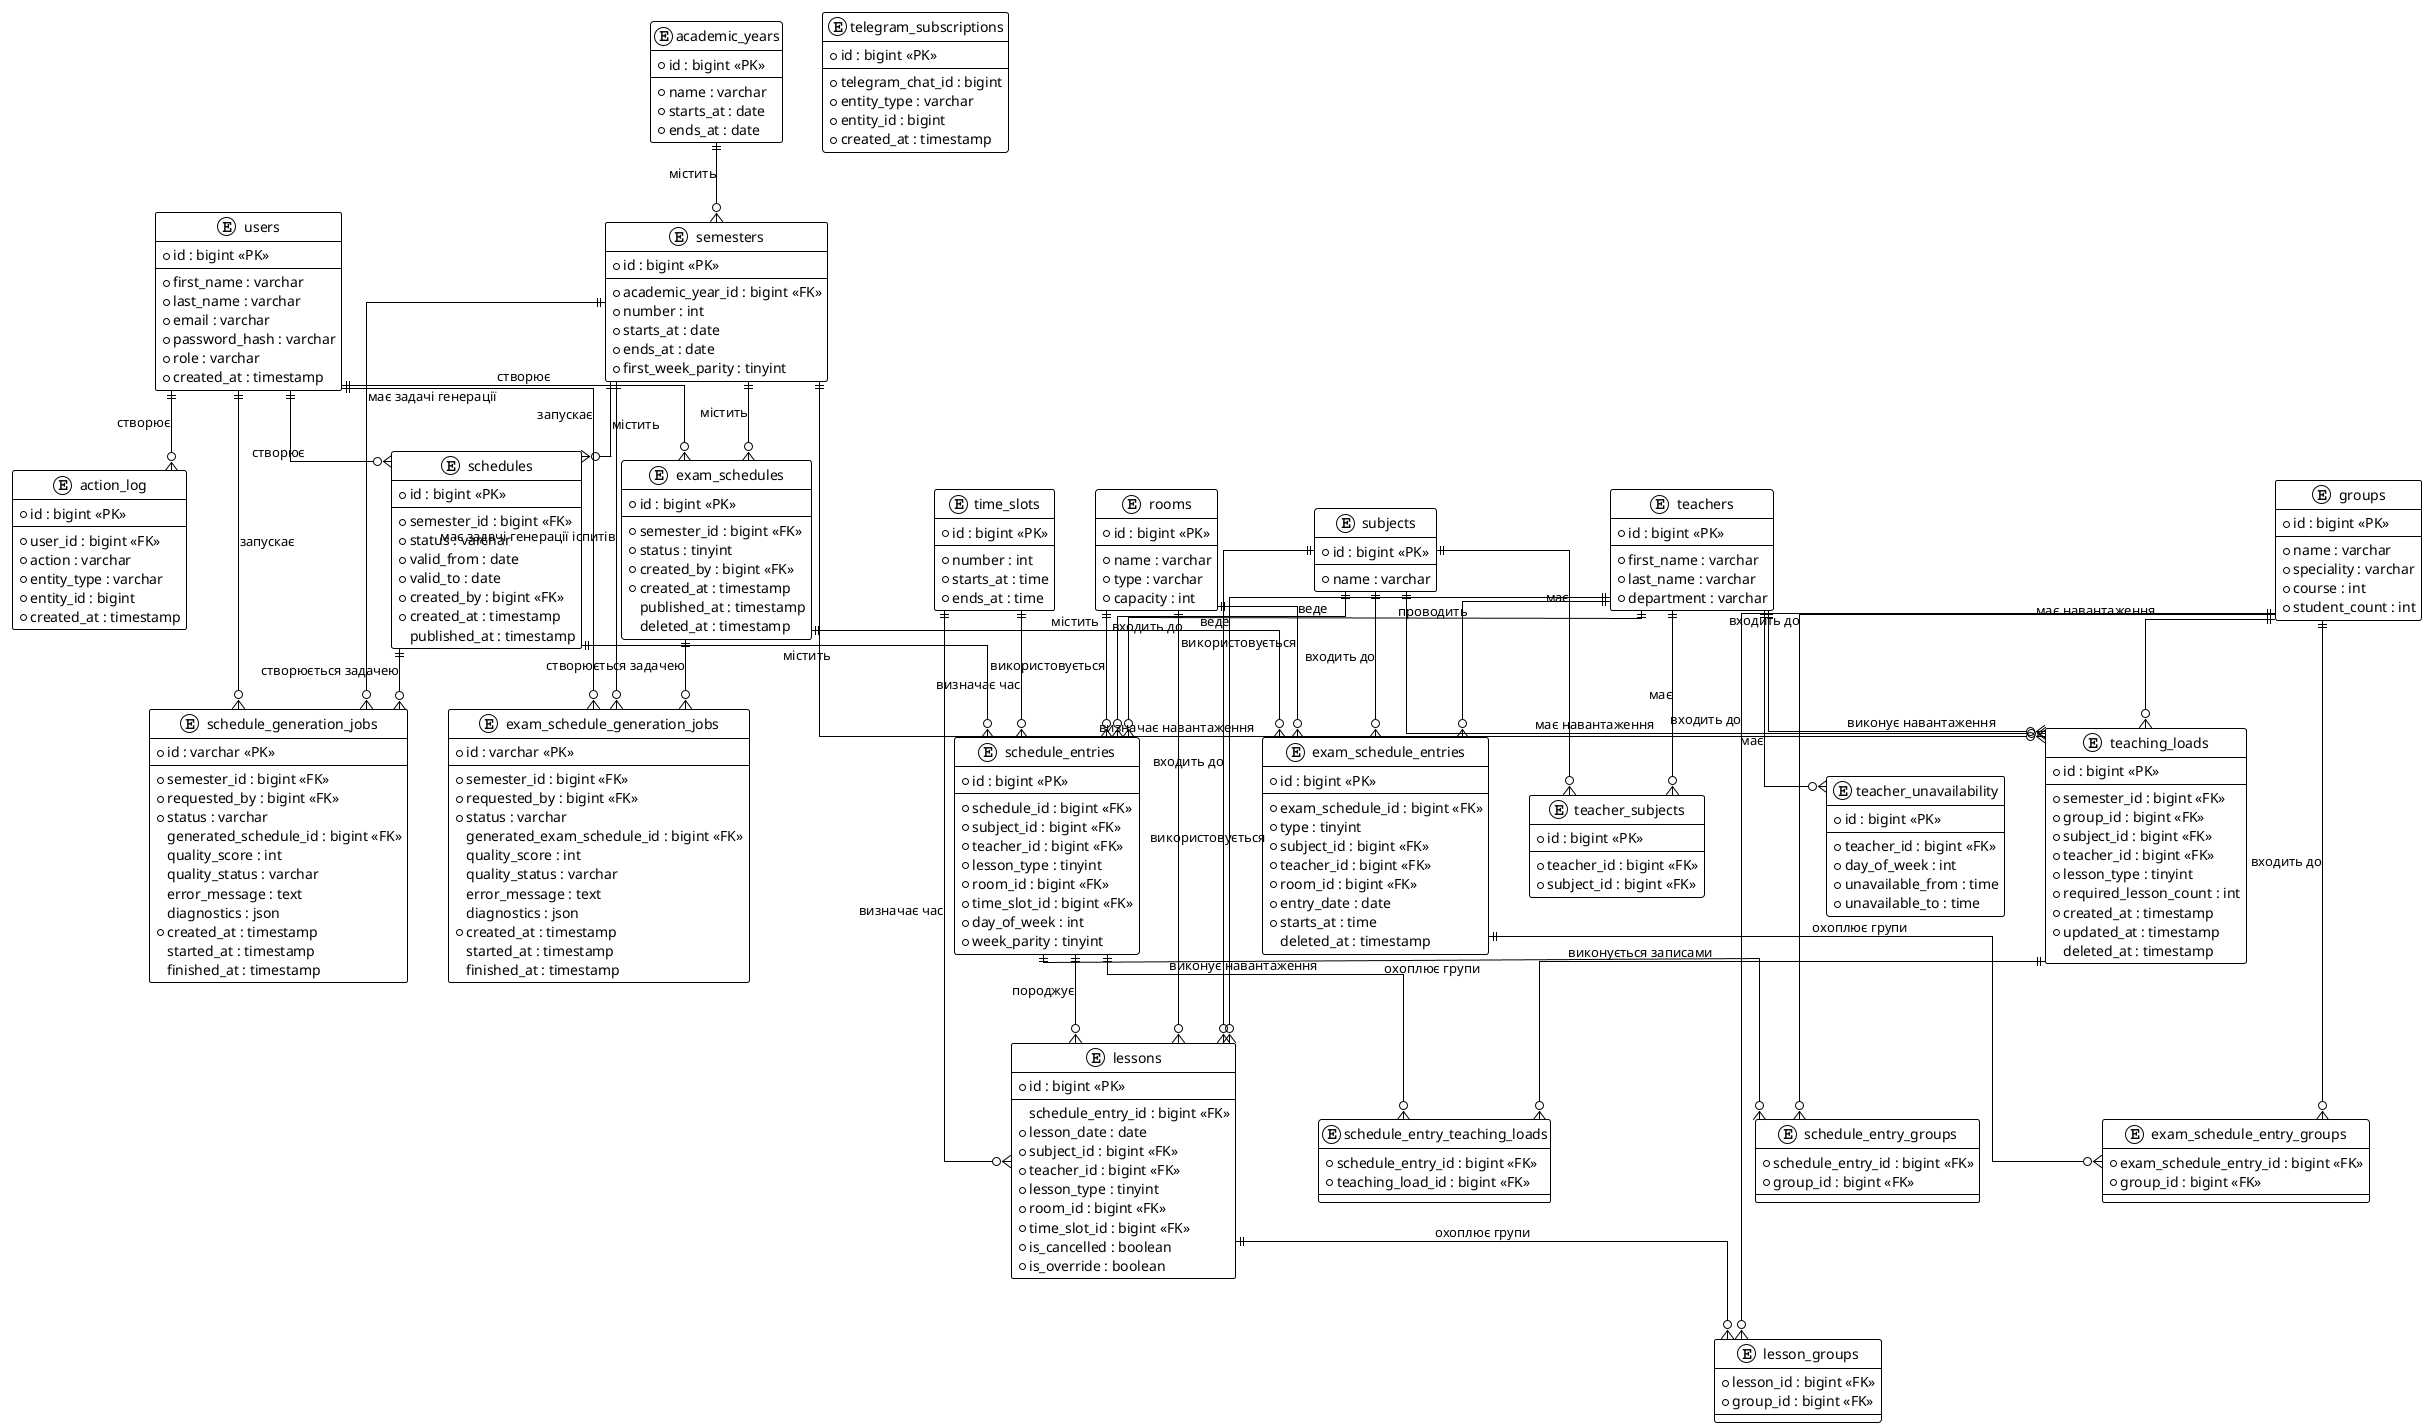
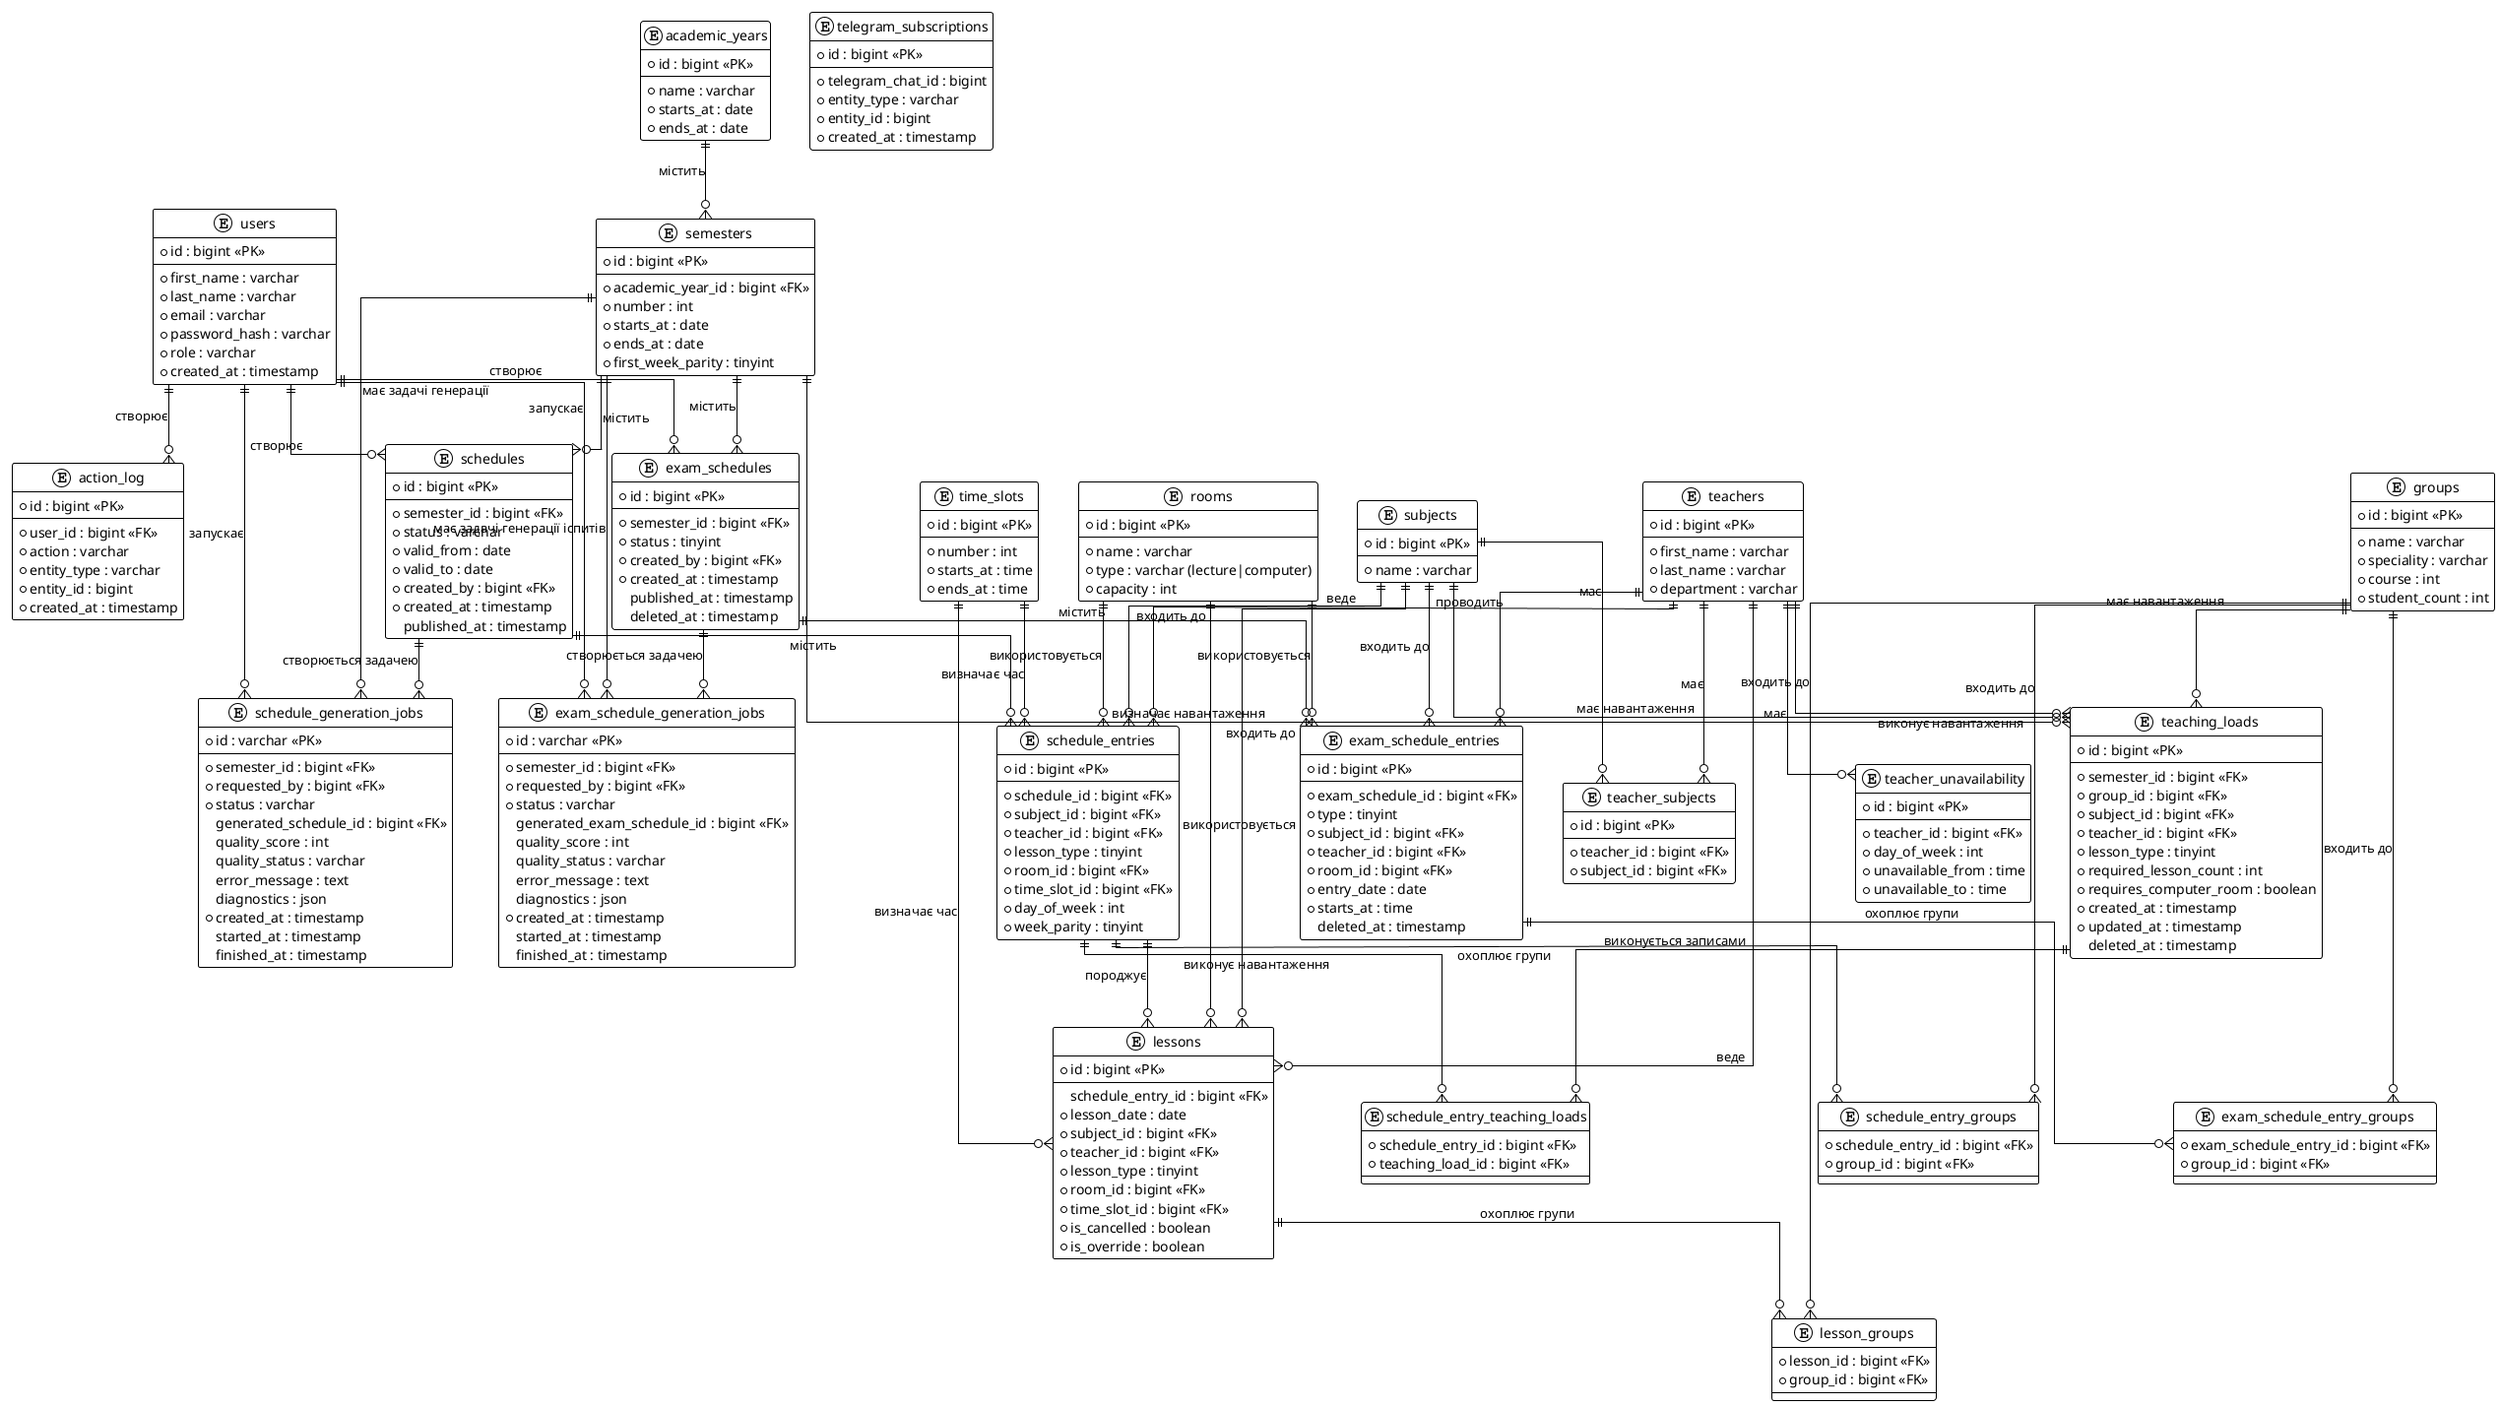
@startuml
!theme plain
skinparam linetype ortho
skinparam ranksep 60
skinparam nodesep 40

entity users {
  * id : bigint <<PK>>
  --
  * first_name : varchar
  * last_name : varchar
  * email : varchar
  * password_hash : varchar
  * role : varchar
  * created_at : timestamp
}

entity telegram_subscriptions {
  * id : bigint <<PK>>
  --
  * telegram_chat_id : bigint
  * entity_type : varchar
  * entity_id : bigint
  * created_at : timestamp
}

entity academic_years {
  * id : bigint <<PK>>
  --
  * name : varchar
  * starts_at : date
  * ends_at : date
}

entity semesters {
  * id : bigint <<PK>>
  --
  * academic_year_id : bigint <<FK>>
  * number : int
  * starts_at : date
  * ends_at : date
  * first_week_parity : tinyint
}

entity groups {
  * id : bigint <<PK>>
  --
  * name : varchar
  * speciality : varchar
  * course : int
  * student_count : int
}

entity teachers {
  * id : bigint <<PK>>
  --
  * first_name : varchar
  * last_name : varchar
  * department : varchar
}

entity teacher_unavailability {
  * id : bigint <<PK>>
  --
  * teacher_id : bigint <<FK>>
  * day_of_week : int
  * unavailable_from : time
  * unavailable_to : time
}

entity subjects {
  * id : bigint <<PK>>
  --
  * name : varchar
}

entity teacher_subjects {
  * id : bigint <<PK>>
  --
  * teacher_id : bigint <<FK>>
  * subject_id : bigint <<FK>>
}

entity teaching_loads {
  * id : bigint <<PK>>
  --
  * semester_id : bigint <<FK>>
  * group_id : bigint <<FK>>
  * subject_id : bigint <<FK>>
  * teacher_id : bigint <<FK>>
  * lesson_type : tinyint
  * required_lesson_count : int
+   * requires_computer_room : boolean
  * created_at : timestamp
  * updated_at : timestamp
  deleted_at : timestamp
}

entity rooms {
  * id : bigint <<PK>>
  --
  * name : varchar
-   * type : varchar
+   * type : varchar (lecture|computer)
  * capacity : int
}

entity time_slots {
  * id : bigint <<PK>>
  --
  * number : int
  * starts_at : time
  * ends_at : time
}

entity schedules {
  * id : bigint <<PK>>
  --
  * semester_id : bigint <<FK>>
  * status : varchar
  * valid_from : date
  * valid_to : date
  * created_by : bigint <<FK>>
  * created_at : timestamp
  published_at : timestamp
}

entity schedule_generation_jobs {
  * id : varchar <<PK>>
  --
  * semester_id : bigint <<FK>>
  * requested_by : bigint <<FK>>
  * status : varchar
  generated_schedule_id : bigint <<FK>>
  quality_score : int
  quality_status : varchar
  error_message : text
  diagnostics : json
  * created_at : timestamp
  started_at : timestamp
  finished_at : timestamp
}

entity exam_schedule_generation_jobs {
  * id : varchar <<PK>>
  --
  * semester_id : bigint <<FK>>
  * requested_by : bigint <<FK>>
  * status : varchar
  generated_exam_schedule_id : bigint <<FK>>
  quality_score : int
  quality_status : varchar
  error_message : text
  diagnostics : json
  * created_at : timestamp
  started_at : timestamp
  finished_at : timestamp
}

entity schedule_entries {
  * id : bigint <<PK>>
  --
  * schedule_id : bigint <<FK>>
  * subject_id : bigint <<FK>>
  * teacher_id : bigint <<FK>>
  * lesson_type : tinyint
  * room_id : bigint <<FK>>
  * time_slot_id : bigint <<FK>>
  * day_of_week : int
  * week_parity : tinyint
}

entity schedule_entry_groups {
  * schedule_entry_id : bigint <<FK>>
  * group_id : bigint <<FK>>
}

entity schedule_entry_teaching_loads {
  * schedule_entry_id : bigint <<FK>>
  * teaching_load_id : bigint <<FK>>
}

entity lessons {
  * id : bigint <<PK>>
  --
  schedule_entry_id : bigint <<FK>>
  * lesson_date : date
  * subject_id : bigint <<FK>>
  * teacher_id : bigint <<FK>>
  * lesson_type : tinyint
  * room_id : bigint <<FK>>
  * time_slot_id : bigint <<FK>>
  * is_cancelled : boolean
  * is_override : boolean
}

entity lesson_groups {
  * lesson_id : bigint <<FK>>
  * group_id : bigint <<FK>>
}

entity exam_schedules {
  * id : bigint <<PK>>
  --
  * semester_id : bigint <<FK>>
  * status : tinyint
  * created_by : bigint <<FK>>
  * created_at : timestamp
  published_at : timestamp
  deleted_at : timestamp
}

entity exam_schedule_entries {
  * id : bigint <<PK>>
  --
  * exam_schedule_id : bigint <<FK>>
  * type : tinyint
  * subject_id : bigint <<FK>>
  * teacher_id : bigint <<FK>>
  * room_id : bigint <<FK>>
  * entry_date : date
  * starts_at : time
  deleted_at : timestamp
}

entity exam_schedule_entry_groups {
  * exam_schedule_entry_id : bigint <<FK>>
  * group_id : bigint <<FK>>
}

entity action_log {
  * id : bigint <<PK>>
  --
  * user_id : bigint <<FK>>
  * action : varchar
  * entity_type : varchar
  * entity_id : bigint
  * created_at : timestamp
}

users ||--o{ action_log : "створює"
users ||--o{ exam_schedules : "створює"
users ||--o{ schedules : "створює"
users ||--o{ schedule_generation_jobs : "запускає"
users ||--o{ exam_schedule_generation_jobs : "запускає"

academic_years ||--o{ semesters : "містить"

semesters ||--o{ schedules : "містить"
semesters ||--o{ exam_schedules : "містить"
semesters ||--o{ teaching_loads : "визначає навантаження"
semesters ||--o{ schedule_generation_jobs : "має задачі генерації"
semesters ||--o{ exam_schedule_generation_jobs : "має задачі генерації іспитів"

schedules ||--o{ schedule_entries : "містить"
schedules ||--o{ schedule_generation_jobs : "створюється задачею"

teachers ||--o{ teacher_unavailability : "має"
teachers ||--o{ teacher_subjects : "має"
teachers ||--o{ teaching_loads : "виконує навантаження"
teachers ||--o{ schedule_entries : "веде"
teachers ||--o{ lessons : "веде"
teachers ||--o{ exam_schedule_entries : "проводить"

subjects ||--o{ teacher_subjects : "має"
subjects ||--o{ teaching_loads : "має навантаження"
subjects ||--o{ schedule_entries : "входить до"
subjects ||--o{ lessons : "входить до"
subjects ||--o{ exam_schedule_entries : "входить до"

rooms ||--o{ schedule_entries : "використовується"
rooms ||--o{ lessons : "використовується"
rooms ||--o{ exam_schedule_entries : "використовується"

time_slots ||--o{ schedule_entries : "визначає час"
time_slots ||--o{ lessons : "визначає час"

schedule_entries ||--o{ schedule_entry_groups : "охоплює групи"
schedule_entries ||--o{ schedule_entry_teaching_loads : "виконує навантаження"
schedule_entries ||--o{ lessons : "породжує"

teaching_loads ||--o{ schedule_entry_teaching_loads : "виконується записами"

lessons ||--o{ lesson_groups : "охоплює групи"

groups ||--o{ schedule_entry_groups : "входить до"
groups ||--o{ lesson_groups : "входить до"
groups ||--o{ exam_schedule_entry_groups : "входить до"
groups ||--o{ teaching_loads : "має навантаження"

exam_schedules ||--o{ exam_schedule_entries : "містить"
exam_schedules ||--o{ exam_schedule_generation_jobs : "створюється задачею"
exam_schedule_entries ||--o{ exam_schedule_entry_groups : "охоплює групи"

@enduml
